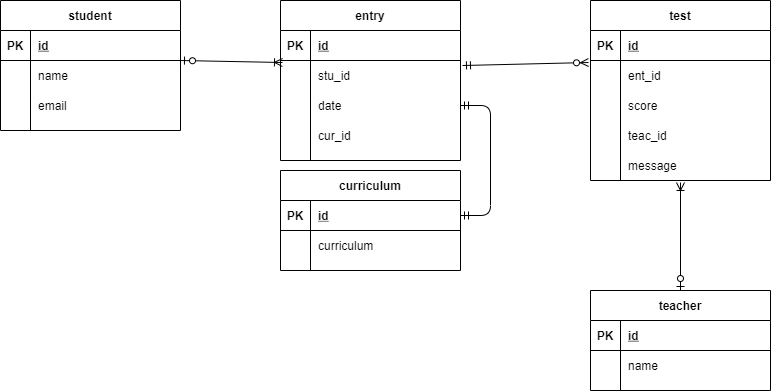
Earlier version of the draw.io export index.drawio.png (i-system-yaa999/Database_Chapter8_EX). Source tidied: cells renumbered, new cells last; positions are measured from the earlier drawing's top-left corner, leaving out a move shared by most shapes.
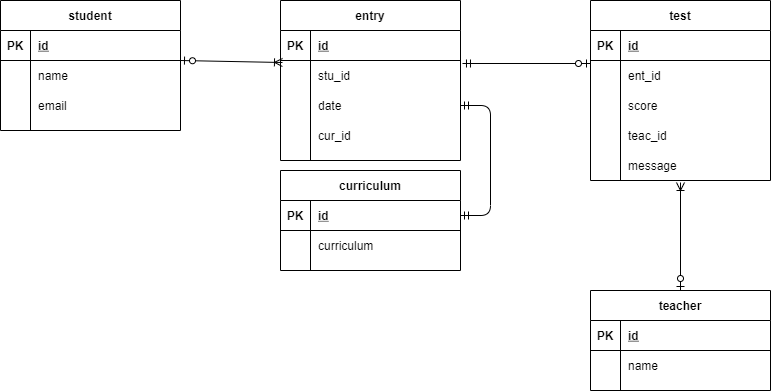
After the commit.

Change to the diagram source:
```diff
@@ -172,7 +172,7 @@
     <mxCell id="57" style="edgeStyle=entityRelationEdgeStyle;fontSize=12;html=1;endArrow=ERmandOne;startArrow=ERmandOne;entryX=1;entryY=0.5;entryDx=0;entryDy=0;exitX=1;exitY=0.5;exitDx=0;exitDy=0;" parent="1" edge="1" source="49" target="35">
       <mxGeometry relative="1" as="geometry" />
     </mxCell>
-    <mxCell id="58" style="fontSize=12;html=1;endArrow=ERzeroToMany;startArrow=ERmandOne;entryX=-0.011;entryY=0.067;entryDx=0;entryDy=0;entryPerimeter=0;exitX=1.011;exitY=0.167;exitDx=0;exitDy=0;exitPerimeter=0;" parent="1" edge="1" source="32" target="16">
+    <mxCell id="58" style="fontSize=12;html=1;endArrow=ERzeroToOne;startArrow=ERmandOne;entryX=0;entryY=0.1;entryDx=0;entryDy=0;entryPerimeter=0;exitX=1.011;exitY=0.1;exitDx=0;exitDy=0;exitPerimeter=0;" parent="1" edge="1" source="32" target="16">
       <mxGeometry relative="1" as="geometry" />
     </mxCell>
   </root>
```
